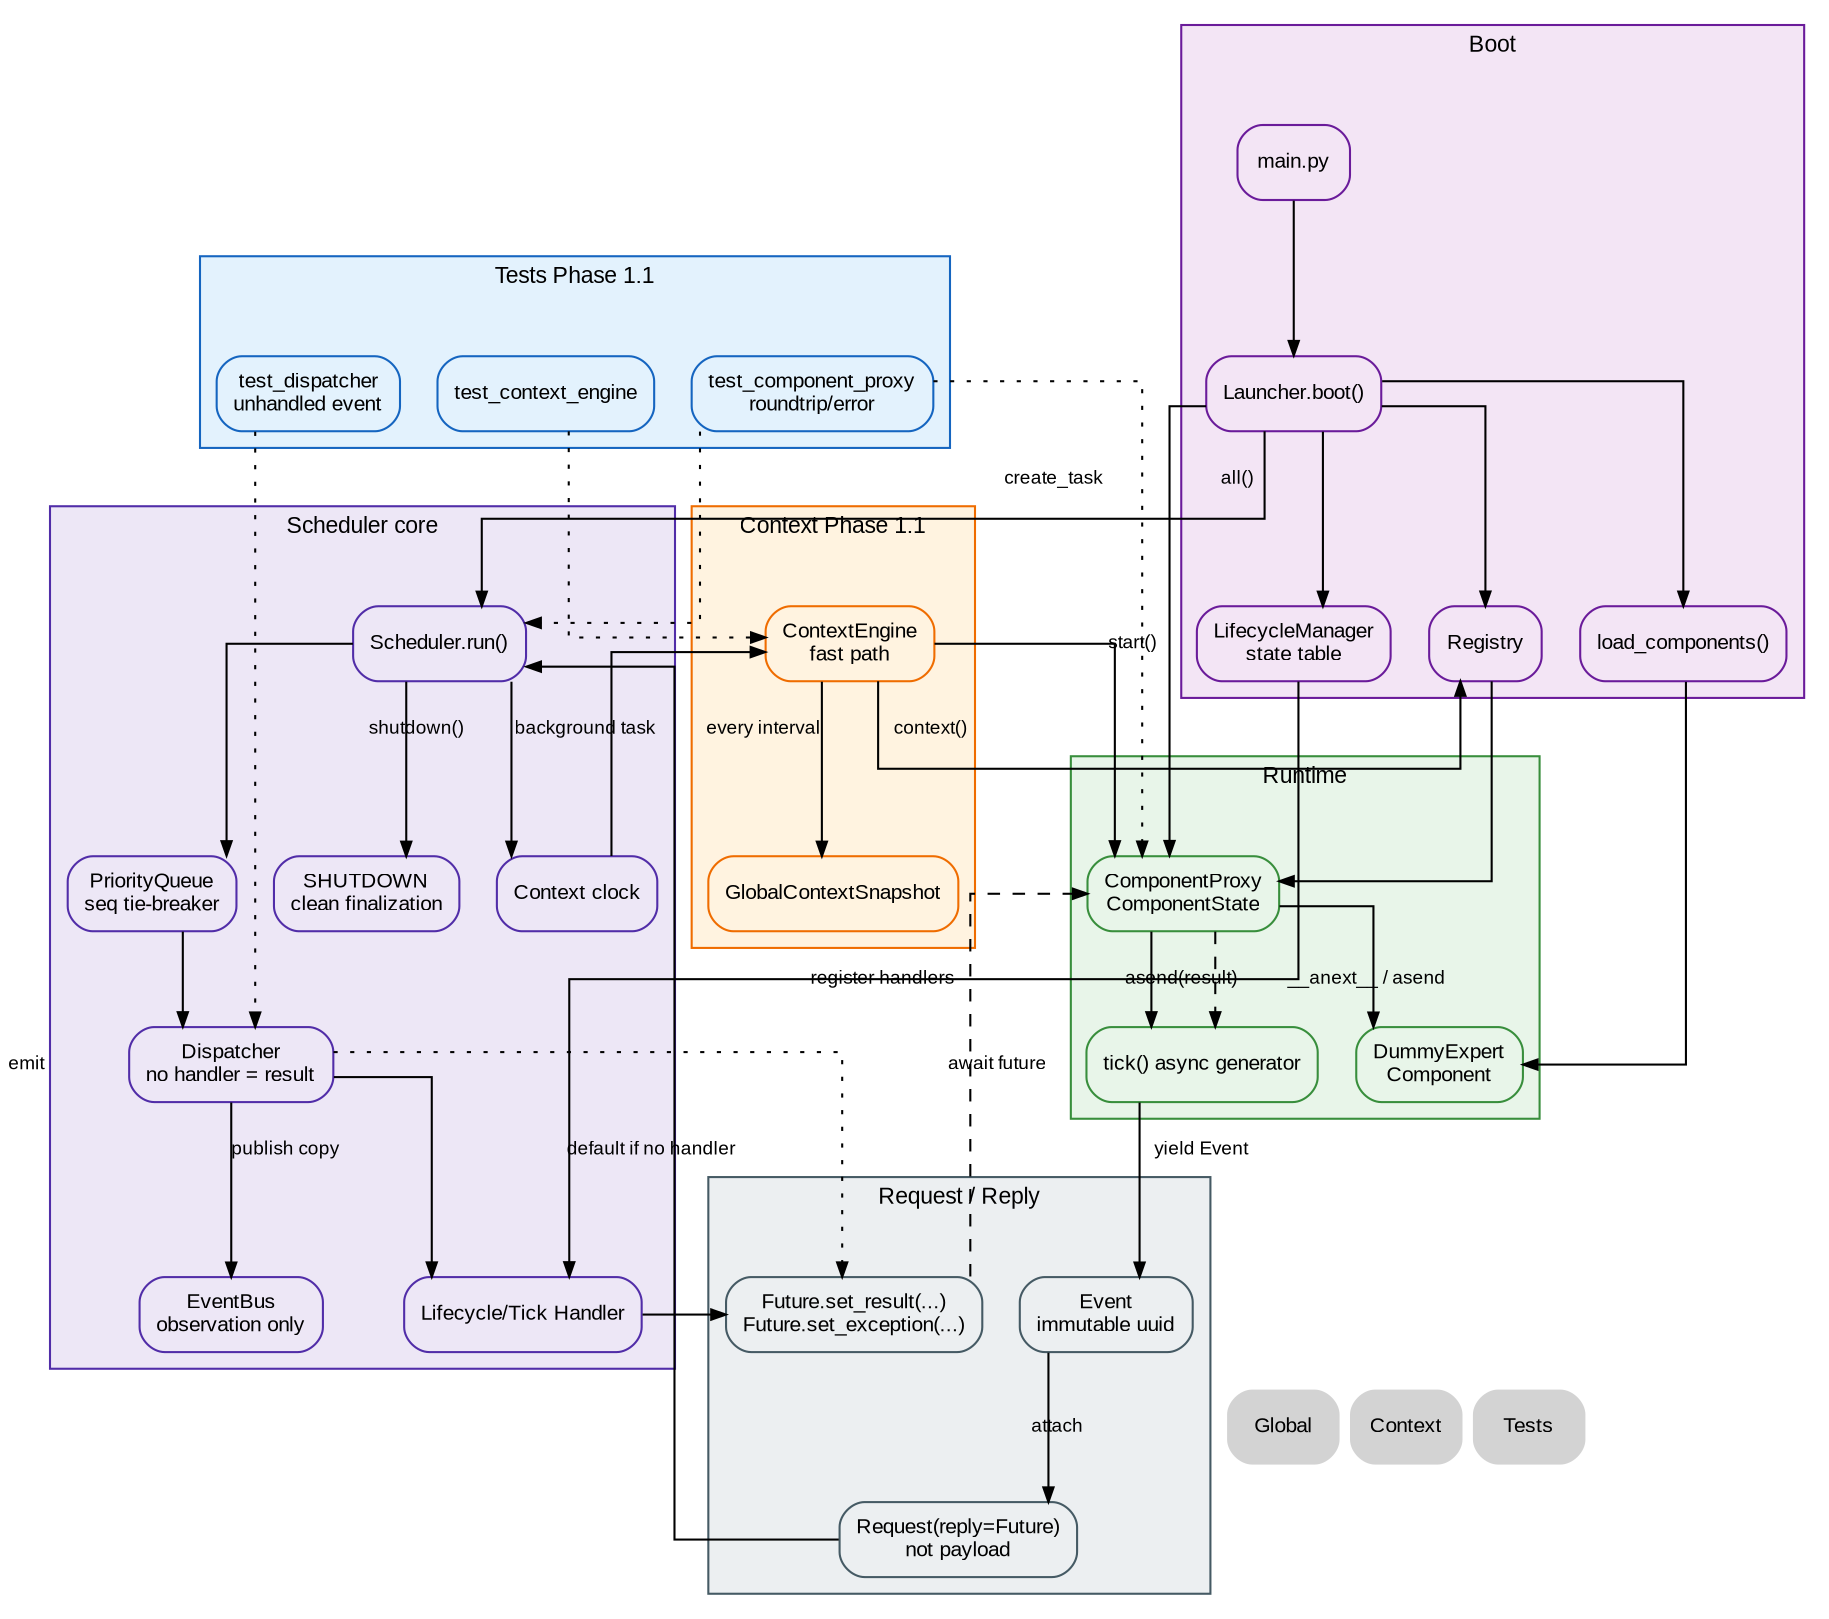
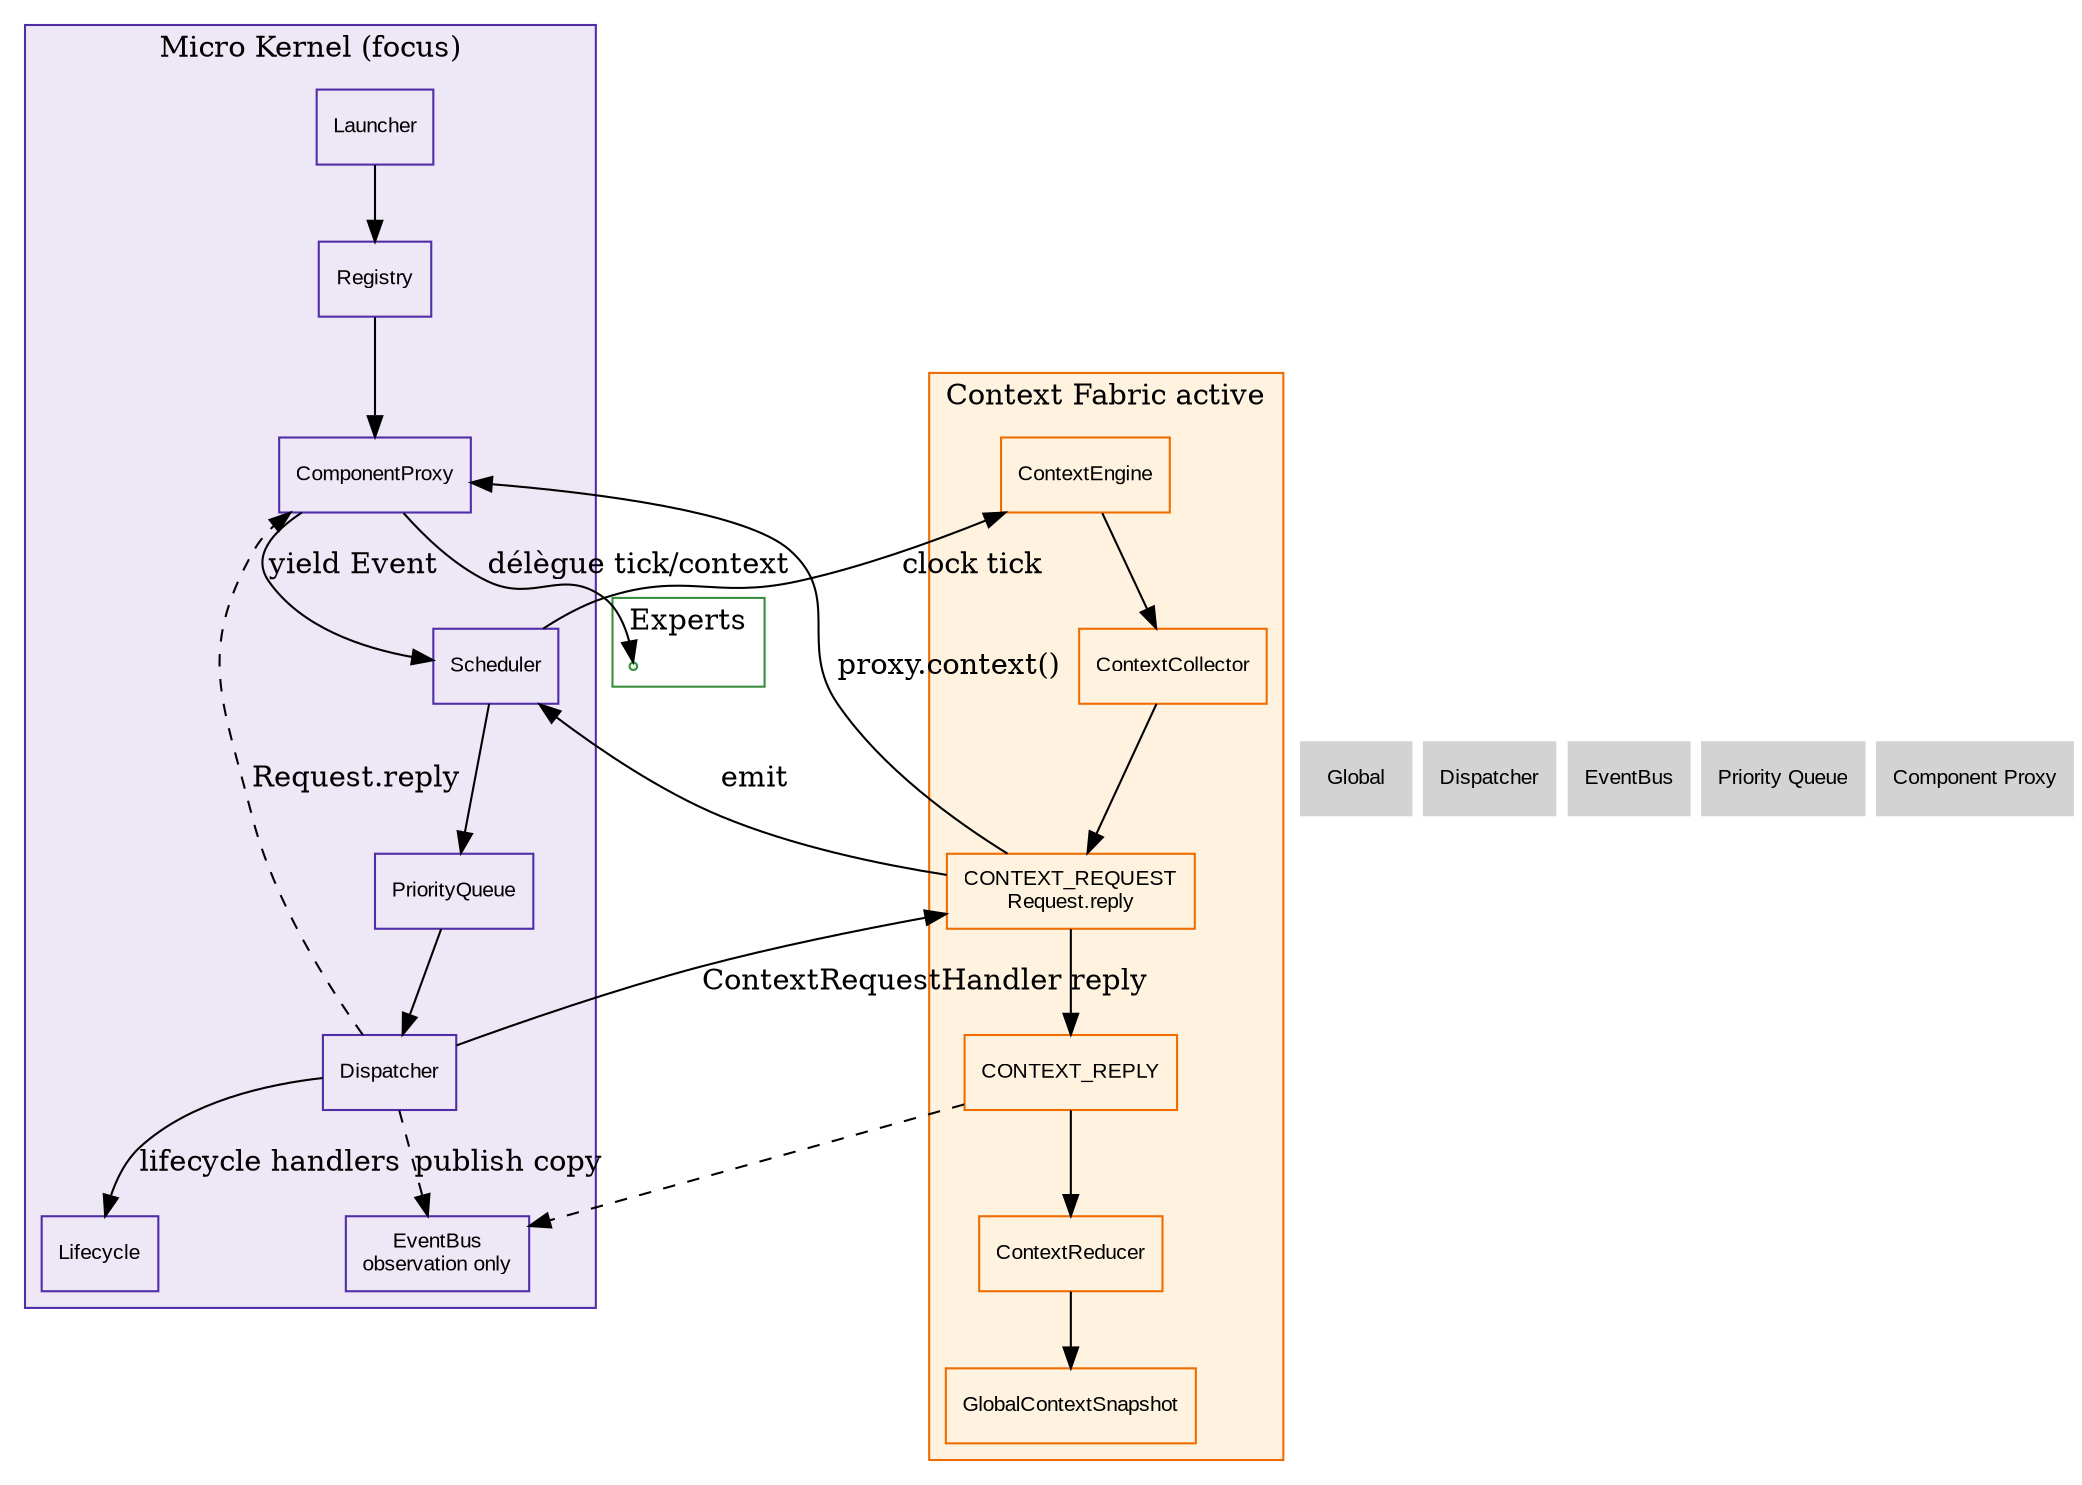
digraph Scheduler {
    rankdir=TB;
-     compound=true;
-     splines=ortho;
+     node [shape=box, style=filled, fontname="Arial", fontsize=10];

-     graph [fontname="Arial", fontsize=11];
-     node  [shape=box, style="rounded,filled", fontname="Arial", fontsize=10];
-     edge  [fontname="Arial", fontsize=9, arrowsize=0.7];
+     // ROADMAP_NOTE[phase1_2bis]:
+     // Le Scheduler orchestre maintenant un ContextEngine événementiel.
+     // Il ne lit pas directement les composants : ContextCollector émet des
+     // CONTEXT_REQUEST qui repassent dans Queue -> Dispatcher.

-     subgraph cluster_boot {
-         label="Boot";
-         color="#6a1b9a";
-         bgcolor="#f3e5f5";
-         node [fillcolor="#f3e5f5", color="#6a1b9a"];
-         Main      [label="main.py"];
-         Launcher  [label="Launcher.boot()"];
-         Loader    [label="load_components()"];
-         Registry  [label="Registry"];
-         Lifecycle [label="LifecycleManager\nstate table"];
-     }
- 
-     subgraph cluster_runtime {
-         label="Runtime";
-         color="#388e3c";
-         bgcolor="#e8f5e9";
-         node [fillcolor="#e8f5e9", color="#388e3c"];
-         RealComponent [label="DummyExpert\nComponent"];
-         Proxy         [label="ComponentProxy\nComponentState"];
-         TickGen       [label="tick() async generator"];
-     }
- 
-     subgraph cluster_scheduler {
-         label="Scheduler core";
+     subgraph cluster_kernel {
+         label="Micro Kernel (focus)";
        color="#512da8";
        bgcolor="#ede7f6";
        node [fillcolor="#ede7f6", color="#512da8"];
-         Scheduler [label="Scheduler.run()", URL="../00_global.svg", tooltip="Retour global"];
-         Queue     [label="PriorityQueue\nseq tie-breaker"];
-         Dispatcher [label="Dispatcher\nno handler = result"];
-         Handler   [label="Lifecycle/Tick Handler"];
-         EventBus  [label="EventBus\nobservation only"];
-         Clock     [label="Context clock"];
-         Shutdown  [label="SHUTDOWN\nclean finalization"];
-     }

-     subgraph cluster_reply {
-         label="Request / Reply";
-         color="#455a64";
-         bgcolor="#eceff1";
-         node [fillcolor="#eceff1", color="#455a64"];
-         Event   [label="Event\nimmutable uuid"];
-         Request [label="Request(reply=Future)\nnot payload"];
-         Reply   [label="Future.set_result(...)\nFuture.set_exception(...)"];
+         Launcher [URL="../00_global.svg"];
+         Registry [URL="../00_global.svg"];
+         Proxy [label="ComponentProxy", URL="component_proxy/14_component_proxy.svg"];
+         Scheduler [URL="../00_global.svg"];
+         Queue [label="PriorityQueue", URL="priority_queue/13_priority_queue.svg"];
+         Dispatcher [URL="dispatcher/11_dispatcher.svg"];
+         EventBus [label="EventBus\nobservation only", URL="event_bus/12_event_bus.svg"];
+         Lifecycle [URL="../00_global.svg"];
    }

    subgraph cluster_context {
-         label="Context Phase 1.1";
+         label="Context Fabric active";
        color="#ef6c00";
        bgcolor="#fff3e0";
        node [fillcolor="#fff3e0", color="#ef6c00"];
-         ContextEngine [label="ContextEngine\nfast path", URL="../context/20_context.svg"];
-         Snapshot      [label="GlobalContextSnapshot", URL="../context/20_context.svg"];
+ 
+         ContextEngine [URL="../context/20_context.svg"];
+         ContextCollector [URL="../context/20_context.svg"];
+         ContextRequest [label="CONTEXT_REQUEST\nRequest.reply", URL="../context/20_context.svg"];
+         ContextReply [label="CONTEXT_REPLY", URL="../context/20_context.svg"];
+         ContextReducer [URL="../context/20_context.svg"];
+         Snapshot [label="GlobalContextSnapshot", URL="../context/20_context.svg"];
    }

-     subgraph cluster_tests {
-         label="Tests Phase 1.1";
-         color="#1565c0";
-         bgcolor="#e3f2fd";
-         node [fillcolor="#e3f2fd", color="#1565c0"];
-         TestDispatcher [label="test_dispatcher\nunhandled event"];
-         TestProxy      [label="test_component_proxy\nroundtrip/error"];
-         TestContext    [label="test_context_engine"];
+     subgraph cluster_experts {
+         label="Experts";
+         color="#388e3c";
+         node [fillcolor="#e8f5e9", color="#388e3c"];
+ 
+         ExpertGroup [label="Experts", shape=point, URL="../experts/40_experts.svg"];
    }

-     Main -> Launcher;
-     Launcher -> Loader;
-     Loader -> RealComponent;
    Launcher -> Registry;
-     Launcher -> Lifecycle;
    Registry -> Proxy;
-     Proxy -> RealComponent;
-     Launcher -> Scheduler [label="create_task"];
-     Launcher -> Proxy [label="start()"];
-     Lifecycle -> Handler [label="register handlers"];
- 
-     Proxy -> TickGen [label="__anext__ / asend"];
-     TickGen -> Event [label="yield Event"];
-     Event -> Request [label="attach"];
-     Request -> Scheduler [label="emit"];
+     Proxy -> Scheduler [label="yield Event"];
    Scheduler -> Queue;
    Queue -> Dispatcher;
-     Dispatcher -> Handler;
-     Dispatcher -> EventBus [label="publish copy"];
-     Handler -> Reply [label="result"];
-     Dispatcher -> Reply [label="default if no handler", style=dotted];
-     Reply -> Proxy [label="await future", style=dashed];
-     Proxy -> TickGen [label="asend(result)", style=dashed];
+     Dispatcher -> EventBus [style=dashed, label="publish copy"];
+     Dispatcher -> Lifecycle [label="lifecycle handlers"];
+     Dispatcher -> Proxy [style=dashed, label="Request.reply"];

-     Scheduler -> Clock [label="background task"];
-     Clock -> ContextEngine [label="every interval"];
-     ContextEngine -> Registry [label="all()"];
-     ContextEngine -> Proxy [label="context()"];
-     ContextEngine -> Snapshot;
-     Scheduler -> Shutdown [label="shutdown()"];
+     Scheduler -> ContextEngine [label="clock tick"];
+     ContextEngine -> ContextCollector;
+     ContextCollector -> ContextRequest;
+     ContextRequest -> Scheduler [label="emit"];
+     Dispatcher -> ContextRequest [label="ContextRequestHandler"];
+     ContextRequest -> Proxy [label="proxy.context()"];
+     ContextRequest -> ContextReply [label="reply"];
+     ContextReply -> EventBus [style=dashed];
+     ContextReply -> ContextReducer;
+     ContextReducer -> Snapshot;

-     TestDispatcher -> Dispatcher [style=dotted];
-     TestProxy -> Proxy [style=dotted];
-     TestProxy -> Scheduler [style=dotted];
-     TestContext -> ContextEngine [style=dotted];
+     Proxy -> ExpertGroup [label="délègue tick/context"];

    Nav_Global [label="Global", shape=plaintext, URL="../00_global.svg"];
-     Nav_Context [label="Context", shape=plaintext, URL="../context/20_context.svg"];
-     Nav_Tests [label="Tests", shape=plaintext, URL="../tests/80_tests.svg"];
-     { rank=sink; Nav_Global; Nav_Context; Nav_Tests; }
+     Nav_Dispatcher [label="Dispatcher", shape=plaintext, URL="dispatcher/11_dispatcher.svg"];
+     Nav_EventBus [label="EventBus", shape=plaintext, URL="event_bus/12_event_bus.svg"];
+     Nav_Queue [label="Priority Queue", shape=plaintext, URL="priority_queue/13_priority_queue.svg"];
+     Nav_Proxy [label="Component Proxy", shape=plaintext, URL="component_proxy/14_component_proxy.svg"];
+ 
+     { rank=sink; Nav_Global; Nav_Dispatcher; Nav_EventBus; Nav_Queue; Nav_Proxy; }
}
